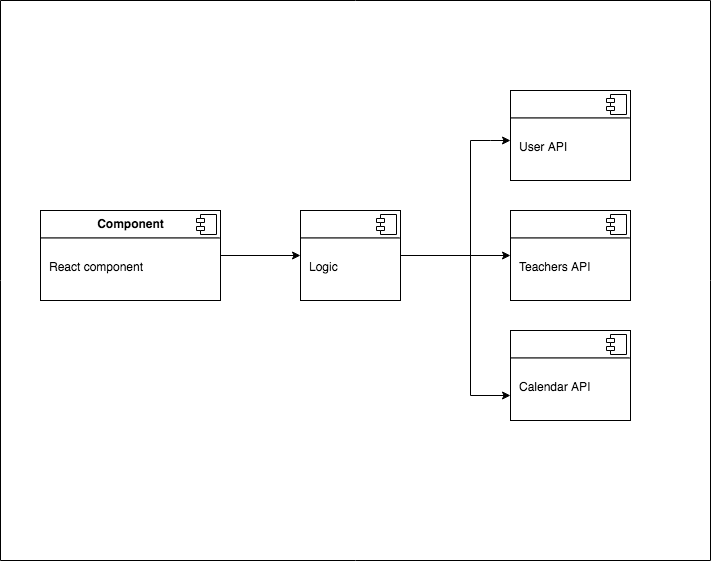
The draw.io diagram staff/aitor-parra/pyrene-ski/pyrene-ski-doc/images/ps-components-diagram.png in b00tc4mp/skylab-bootcamp-201909, before a commit. Source tidied: cells renumbered, new cells last; positions are measured from the earlier drawing's top-left corner, leaving out a move shared by most shapes. The source it was exported from:
```xml
<mxGraphModel>
  <root>
    <mxCell id="0" />
    <mxCell id="1" parent="0" />
    <mxCell id="2" style="endArrow=none;html=1;" parent="1" edge="1">
      <mxGeometry relative="1" as="geometry">
        <mxPoint y="560" as="sourcePoint" />
        <mxPoint x="710" y="560" as="targetPoint" />
      </mxGeometry>
    </mxCell>
    <mxCell id="3" style="endArrow=none;html=1;" parent="1" edge="1">
      <mxGeometry relative="1" as="geometry">
        <mxPoint as="sourcePoint" />
        <mxPoint x="710" as="targetPoint" />
      </mxGeometry>
    </mxCell>
    <mxCell id="4" style="endArrow=none;html=1;" parent="1" edge="1">
      <mxGeometry relative="1" as="geometry">
        <mxPoint x="710" as="sourcePoint" />
        <mxPoint x="710" y="560" as="targetPoint" />
      </mxGeometry>
    </mxCell>
    <mxCell id="5" style="endArrow=none;html=1;" parent="1" edge="1">
      <mxGeometry relative="1" as="geometry">
        <mxPoint as="sourcePoint" />
        <mxPoint y="560" as="targetPoint" />
      </mxGeometry>
    </mxCell>
    <mxCell id="6" style="edgeStyle=orthogonalEdgeStyle;rounded=0;jettySize=auto;html=1;" parent="1" edge="1" source="7" target="12">
      <mxGeometry relative="1" as="geometry" />
    </mxCell>
    <mxCell id="7" value="&lt;p style=&quot;margin: 0px ; margin-top: 6px ; text-align: center&quot;&gt;&lt;b&gt;Component&lt;/b&gt;&lt;/p&gt;&lt;hr&gt;&lt;p style=&quot;margin: 0px ; margin-left: 8px&quot;&gt;&lt;br&gt;&lt;/p&gt;&lt;p style=&quot;margin: 0px ; margin-left: 8px&quot;&gt;React component&lt;br&gt;&lt;/p&gt;" style="align=left;overflow=fill;html=1;rounded=0;comic=0;strokeWidth=1;fillColor=none;" parent="1" vertex="1">
      <mxGeometry x="40" y="210" width="180" height="90" as="geometry" />
    </mxCell>
    <mxCell id="8" style="shape=component;jettyWidth=8;jettyHeight=4;" parent="7" vertex="1">
      <mxGeometry x="1" width="20" height="20" relative="1" as="geometry">
        <mxPoint x="-24" y="4" as="offset" />
      </mxGeometry>
    </mxCell>
    <mxCell id="9" style="edgeStyle=orthogonalEdgeStyle;rounded=0;jettySize=auto;html=1;" parent="1" edge="1" source="12">
      <mxGeometry relative="1" as="geometry">
        <mxPoint x="510" y="140" as="targetPoint" />
        <Array as="points">
          <mxPoint x="470" y="255" />
          <mxPoint x="470" y="140" />
          <mxPoint x="490" y="140" />
        </Array>
      </mxGeometry>
    </mxCell>
    <mxCell id="10" style="edgeStyle=orthogonalEdgeStyle;rounded=0;orthogonalLoop=1;jettySize=auto;html=1;" parent="1" edge="1">
      <mxGeometry relative="1" as="geometry">
        <mxPoint x="470" y="230" as="sourcePoint" />
        <mxPoint x="510" y="395" as="targetPoint" />
        <Array as="points">
          <mxPoint x="470" y="395" />
        </Array>
      </mxGeometry>
    </mxCell>
    <mxCell id="11" style="edgeStyle=orthogonalEdgeStyle;rounded=0;jettySize=auto;html=1;entryX=0;entryY=0.5;entryDx=0;entryDy=0;" parent="1" edge="1" target="16">
      <mxGeometry relative="1" as="geometry">
        <mxPoint x="470" y="260" as="sourcePoint" />
        <Array as="points">
          <mxPoint x="470" y="255" />
        </Array>
      </mxGeometry>
    </mxCell>
    <mxCell id="12" value="&lt;p style=&quot;margin: 0px ; margin-top: 6px ; text-align: center&quot;&gt;&lt;br&gt;&lt;/p&gt;&lt;hr&gt;&lt;p style=&quot;margin: 0px ; margin-left: 8px&quot;&gt;&lt;br&gt;&lt;/p&gt;&lt;p style=&quot;margin: 0px ; margin-left: 8px&quot;&gt;Logic&lt;br&gt;&lt;/p&gt;" style="align=left;overflow=fill;html=1;rounded=0;comic=0;strokeWidth=1;fillColor=none;" parent="1" vertex="1">
      <mxGeometry x="300" y="210" width="100" height="90" as="geometry" />
    </mxCell>
    <mxCell id="13" style="shape=component;jettyWidth=8;jettyHeight=4;" parent="12" vertex="1">
      <mxGeometry x="1" width="20" height="20" relative="1" as="geometry">
        <mxPoint x="-24" y="4" as="offset" />
      </mxGeometry>
    </mxCell>
    <mxCell id="14" value="&lt;p style=&quot;margin: 0px ; margin-top: 6px ; text-align: center&quot;&gt;&lt;br&gt;&lt;/p&gt;&lt;hr&gt;&lt;p style=&quot;margin: 0px ; margin-left: 8px&quot;&gt;&lt;br&gt;&lt;/p&gt;&lt;p style=&quot;margin: 0px ; margin-left: 8px&quot;&gt;User API&lt;br&gt;&lt;/p&gt;" style="align=left;overflow=fill;html=1;rounded=0;comic=0;strokeWidth=1;fillColor=none;" parent="1" vertex="1">
      <mxGeometry x="510" y="90" width="120" height="90" as="geometry" />
    </mxCell>
    <mxCell id="15" style="shape=component;jettyWidth=8;jettyHeight=4;" parent="14" vertex="1">
      <mxGeometry x="1" width="20" height="20" relative="1" as="geometry">
        <mxPoint x="-24" y="4" as="offset" />
      </mxGeometry>
    </mxCell>
    <mxCell id="16" value="&lt;p style=&quot;margin: 0px ; margin-top: 6px ; text-align: center&quot;&gt;&lt;br&gt;&lt;/p&gt;&lt;hr&gt;&lt;p style=&quot;margin: 0px ; margin-left: 8px&quot;&gt;&lt;br&gt;&lt;/p&gt;&lt;p style=&quot;margin: 0px ; margin-left: 8px&quot;&gt;Teachers API&lt;br&gt;&lt;/p&gt;" style="align=left;overflow=fill;html=1;rounded=0;comic=0;strokeWidth=1;fillColor=none;" parent="1" vertex="1">
      <mxGeometry x="510" y="210" width="120" height="90" as="geometry" />
    </mxCell>
    <mxCell id="17" style="shape=component;jettyWidth=8;jettyHeight=4;" parent="16" vertex="1">
      <mxGeometry x="1" width="20" height="20" relative="1" as="geometry">
        <mxPoint x="-24" y="4" as="offset" />
      </mxGeometry>
    </mxCell>
    <mxCell id="18" value="&lt;p style=&quot;margin: 0px ; margin-top: 6px ; text-align: center&quot;&gt;&lt;br&gt;&lt;/p&gt;&lt;hr&gt;&lt;p style=&quot;margin: 0px ; margin-left: 8px&quot;&gt;&lt;br&gt;&lt;/p&gt;&lt;p style=&quot;margin: 0px ; margin-left: 8px&quot;&gt;Calendar API&lt;br&gt;&lt;/p&gt;" style="align=left;overflow=fill;html=1;rounded=0;comic=0;strokeWidth=1;fillColor=none;" parent="1" vertex="1">
      <mxGeometry x="510" y="330" width="120" height="90" as="geometry" />
    </mxCell>
    <mxCell id="19" style="shape=component;jettyWidth=8;jettyHeight=4;" parent="18" vertex="1">
      <mxGeometry x="1" width="20" height="20" relative="1" as="geometry">
        <mxPoint x="-24" y="4" as="offset" />
      </mxGeometry>
    </mxCell>
  </root>
</mxGraphModel>
```
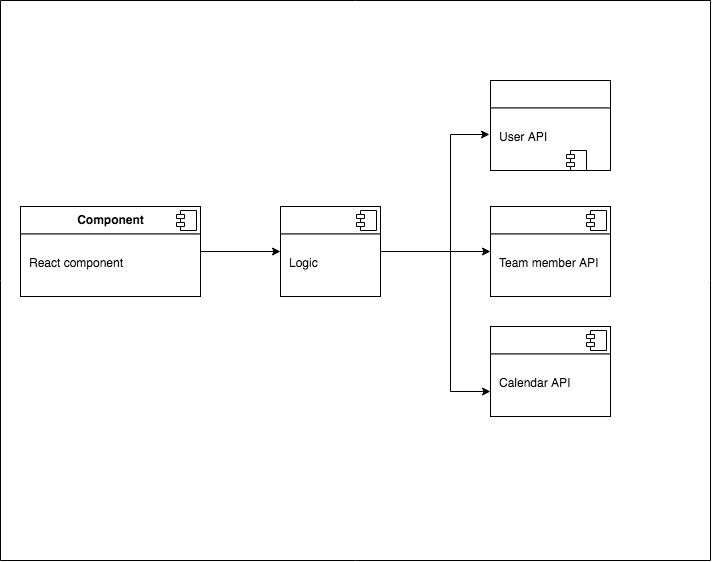
After the commit.

Change to the diagram source:
```diff
@@ -4,26 +4,26 @@
     <mxCell id="1" parent="0" />
     <mxCell id="2" style="endArrow=none;html=1;" parent="1" edge="1">
       <mxGeometry relative="1" as="geometry">
-        <mxPoint y="560" as="sourcePoint" />
-        <mxPoint x="710" y="560" as="targetPoint" />
+        <mxPoint x="20" y="564" as="sourcePoint" />
+        <mxPoint x="730" y="564" as="targetPoint" />
       </mxGeometry>
     </mxCell>
     <mxCell id="3" style="endArrow=none;html=1;" parent="1" edge="1">
       <mxGeometry relative="1" as="geometry">
-        <mxPoint as="sourcePoint" />
-        <mxPoint x="710" as="targetPoint" />
+        <mxPoint x="20" y="4" as="sourcePoint" />
+        <mxPoint x="730" y="4" as="targetPoint" />
       </mxGeometry>
     </mxCell>
     <mxCell id="4" style="endArrow=none;html=1;" parent="1" edge="1">
       <mxGeometry relative="1" as="geometry">
-        <mxPoint x="710" as="sourcePoint" />
-        <mxPoint x="710" y="560" as="targetPoint" />
+        <mxPoint x="730" y="4" as="sourcePoint" />
+        <mxPoint x="730" y="564" as="targetPoint" />
       </mxGeometry>
     </mxCell>
     <mxCell id="5" style="endArrow=none;html=1;" parent="1" edge="1">
       <mxGeometry relative="1" as="geometry">
-        <mxPoint as="sourcePoint" />
-        <mxPoint y="560" as="targetPoint" />
+        <mxPoint x="20" y="4" as="sourcePoint" />
+        <mxPoint x="20" y="564" as="targetPoint" />
       </mxGeometry>
     </mxCell>
     <mxCell id="6" style="edgeStyle=orthogonalEdgeStyle;rounded=0;jettySize=auto;html=1;" parent="1" edge="1" source="7" target="12">
@@ -37,13 +37,11 @@
         <mxPoint x="-24" y="4" as="offset" />
       </mxGeometry>
     </mxCell>
-    <mxCell id="9" style="edgeStyle=orthogonalEdgeStyle;rounded=0;jettySize=auto;html=1;" parent="1" edge="1" source="12">
+    <mxCell id="9" style="edgeStyle=orthogonalEdgeStyle;rounded=0;jettySize=auto;html=1;entryX=-0.008;entryY=0.6;entryDx=0;entryDy=0;entryPerimeter=0;" parent="1" edge="1" source="12" target="14">
       <mxGeometry relative="1" as="geometry">
-        <mxPoint x="510" y="140" as="targetPoint" />
         <Array as="points">
           <mxPoint x="470" y="255" />
-          <mxPoint x="470" y="140" />
-          <mxPoint x="490" y="140" />
+          <mxPoint x="470" y="138" />
         </Array>
       </mxGeometry>
     </mxCell>
@@ -73,14 +71,14 @@
       </mxGeometry>
     </mxCell>
     <mxCell id="14" value="&lt;p style=&quot;margin: 0px ; margin-top: 6px ; text-align: center&quot;&gt;&lt;br&gt;&lt;/p&gt;&lt;hr&gt;&lt;p style=&quot;margin: 0px ; margin-left: 8px&quot;&gt;&lt;br&gt;&lt;/p&gt;&lt;p style=&quot;margin: 0px ; margin-left: 8px&quot;&gt;User API&lt;br&gt;&lt;/p&gt;" style="align=left;overflow=fill;html=1;rounded=0;comic=0;strokeWidth=1;fillColor=none;" parent="1" vertex="1">
-      <mxGeometry x="510" y="90" width="120" height="90" as="geometry" />
+      <mxGeometry x="510" y="84" width="120" height="90" as="geometry" />
     </mxCell>
     <mxCell id="15" style="shape=component;jettyWidth=8;jettyHeight=4;" parent="14" vertex="1">
       <mxGeometry x="1" width="20" height="20" relative="1" as="geometry">
-        <mxPoint x="-24" y="4" as="offset" />
+        <mxPoint x="-44" y="70" as="offset" />
       </mxGeometry>
     </mxCell>
-    <mxCell id="16" value="&lt;p style=&quot;margin: 0px ; margin-top: 6px ; text-align: center&quot;&gt;&lt;br&gt;&lt;/p&gt;&lt;hr&gt;&lt;p style=&quot;margin: 0px ; margin-left: 8px&quot;&gt;&lt;br&gt;&lt;/p&gt;&lt;p style=&quot;margin: 0px ; margin-left: 8px&quot;&gt;Teachers API&lt;br&gt;&lt;/p&gt;" style="align=left;overflow=fill;html=1;rounded=0;comic=0;strokeWidth=1;fillColor=none;" parent="1" vertex="1">
+    <mxCell id="16" value="&lt;p style=&quot;margin: 0px ; margin-top: 6px ; text-align: center&quot;&gt;&lt;br&gt;&lt;/p&gt;&lt;hr&gt;&lt;p style=&quot;margin: 0px ; margin-left: 8px&quot;&gt;&lt;br&gt;&lt;/p&gt;&lt;p style=&quot;margin: 0px ; margin-left: 8px&quot;&gt;Team member API&lt;br&gt;&lt;/p&gt;" style="align=left;overflow=fill;html=1;rounded=0;comic=0;strokeWidth=1;fillColor=none;" parent="1" vertex="1">
       <mxGeometry x="510" y="210" width="120" height="90" as="geometry" />
     </mxCell>
     <mxCell id="17" style="shape=component;jettyWidth=8;jettyHeight=4;" parent="16" vertex="1">
```
